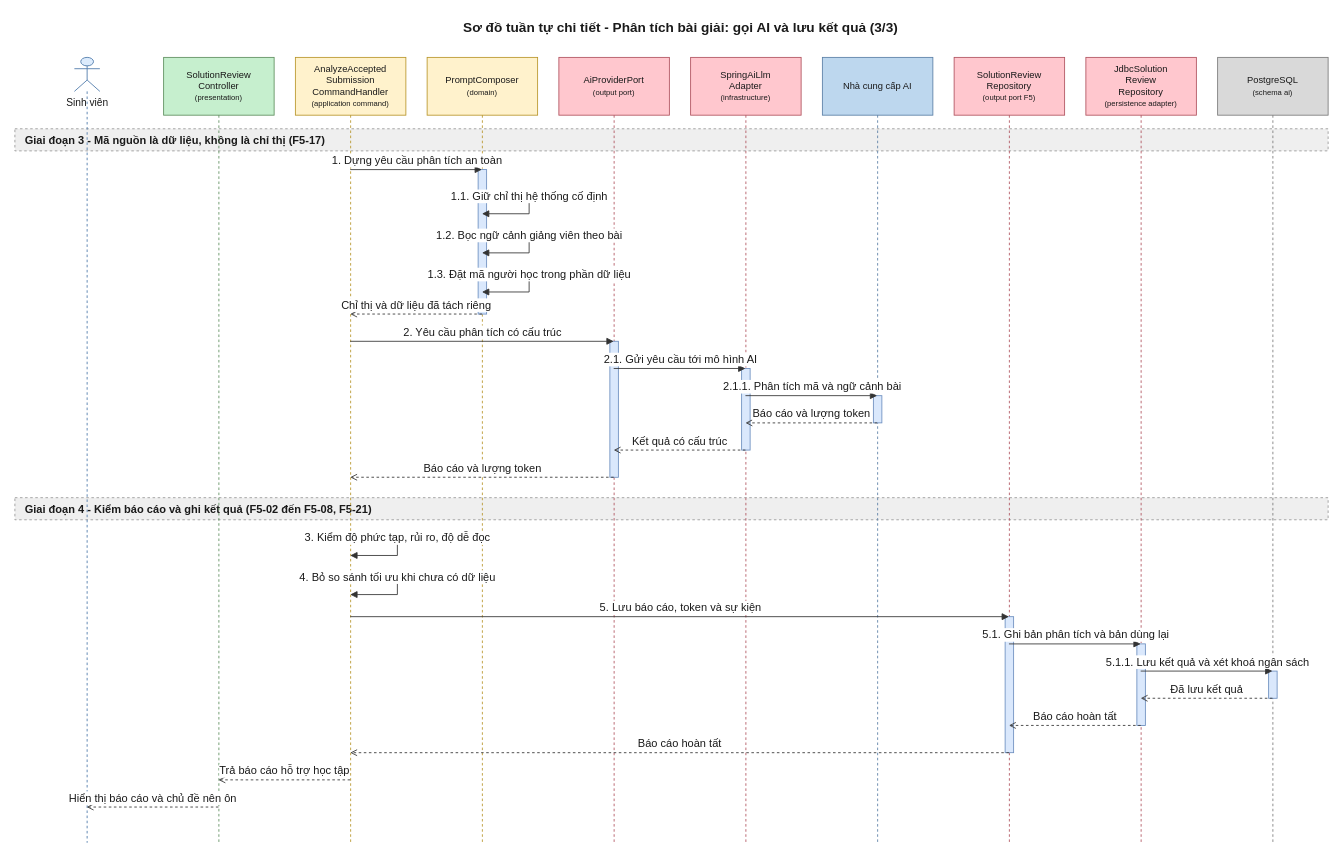
Above: 08-diagram/sequence/user/sequence_user_phan_tich_bai_giai_ai_p3.drawio in daiphu1801/PRJ_ALGOPREP (draw.io), before the change. Source tidied: cells renumbered, new cells numbered last; positions are measured from the earlier drawing's top-left corner, leaving out a move shared by most shapes. Both pictures are drawn from the tidied source at 85%, with x=0, y=0 at pixel (14, 14).
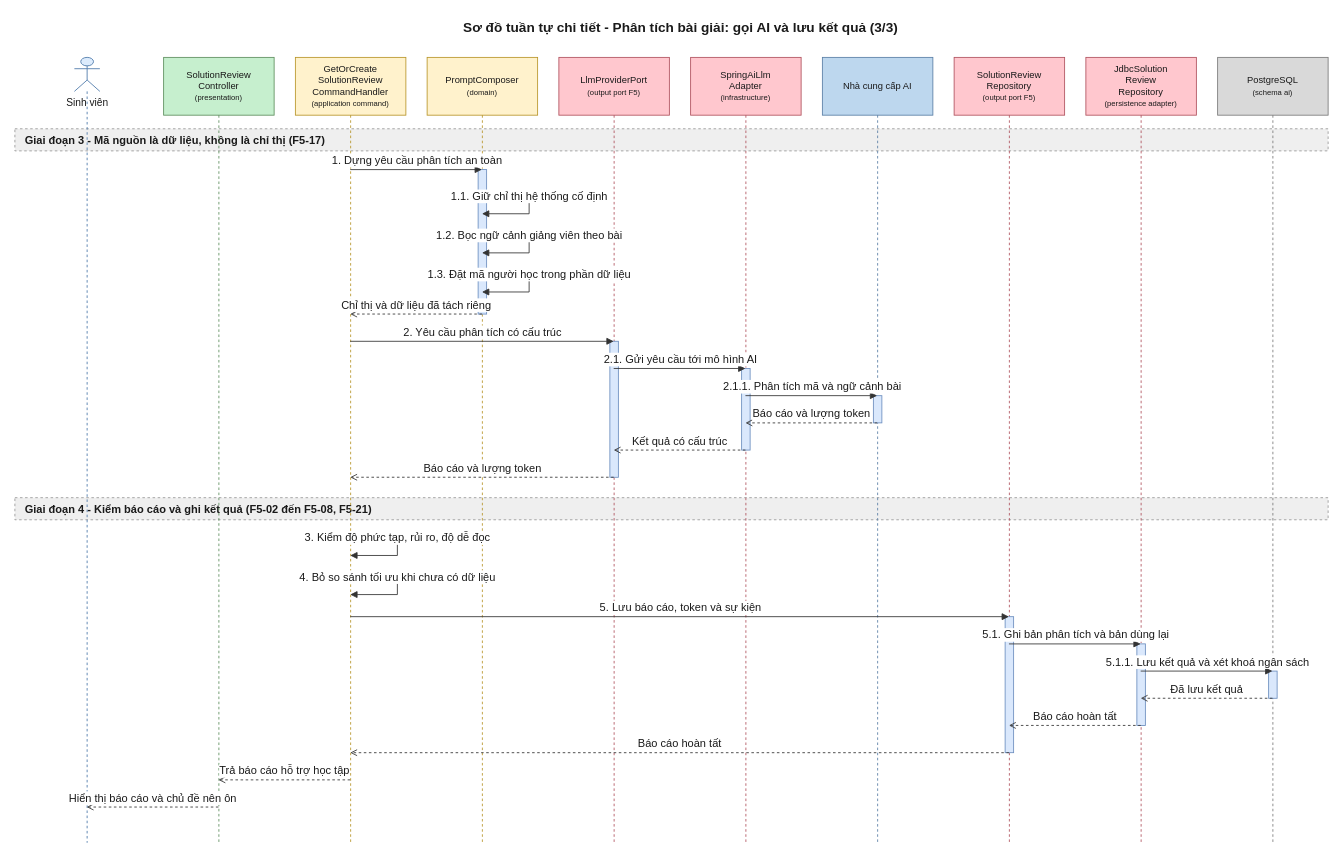
After the change.

Diff of the diagram source:
```diff
@@
-    <mxCell id="7" value="AnalyzeAccepted&lt;br&gt;Submission&lt;br&gt;CommandHandler&lt;br&gt;&lt;font style=&quot;font-size:9px&quot;&gt;(application command)&lt;/font&gt;" style="shape=umlLifeline;perimeter=lifelinePerimeter;whiteSpace=wrap;html=1;outlineConnect=0;size=68;fontSize=11;fillColor=#FFF2CC;strokeColor=#B8952A;fontColor=#1A1A1A;" parent="1" vertex="1">
+    <mxCell id="7" value="GetOrCreate&lt;br&gt;SolutionReview&lt;br&gt;CommandHandler&lt;br&gt;&lt;font style=&quot;font-size:9px&quot;&gt;(application command)&lt;/font&gt;" style="shape=umlLifeline;perimeter=lifelinePerimeter;whiteSpace=wrap;html=1;outlineConnect=0;size=68;fontSize=11;fillColor=#FFF2CC;strokeColor=#B8952A;fontColor=#1A1A1A;" parent="1" vertex="1">
       <mxGeometry x="330" y="50" width="130" height="924" as="geometry" />
     </mxCell>
@@
-    <mxCell id="9" value="AiProviderPort&lt;br&gt;&lt;font style=&quot;font-size:9px&quot;&gt;(output port)&lt;/font&gt;" style="shape=umlLifeline;perimeter=lifelinePerimeter;whiteSpace=wrap;html=1;outlineConnect=0;size=68;fontSize=11;fillColor=#FFC7CE;strokeColor=#B0525E;fontColor=#1A1A1A;" parent="1" vertex="1">
+    <mxCell id="9" value="LlmProviderPort&lt;br&gt;&lt;font style=&quot;font-size:9px&quot;&gt;(output port F5)&lt;/font&gt;" style="shape=umlLifeline;perimeter=lifelinePerimeter;whiteSpace=wrap;html=1;outlineConnect=0;size=68;fontSize=11;fillColor=#FFC7CE;strokeColor=#B0525E;fontColor=#1A1A1A;" parent="1" vertex="1">
       <mxGeometry x="640" y="50" width="130" height="924" as="geometry" />
     </mxCell>
```
